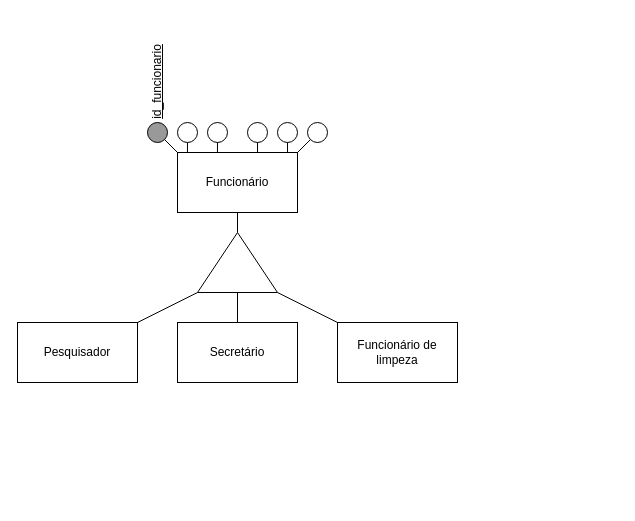
andreeeeeeeee/Engenharia_Software keeps this draw.io diagram as Lista4_18-04/Ex2.drawio. Above is the earlier version. Source tidied: cells renumbered, new cells numbered last; positions are measured from the earlier drawing's top-left corner, leaving out a move shared by most shapes. Both pictures are drawn from the tidied source at 100%, with x=0, y=0 at pixel (17, 72).
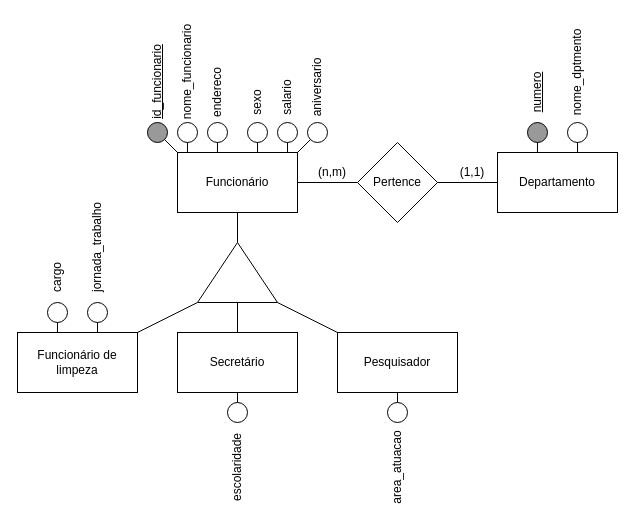
The same page after the edit.

Unchanged cells that the change refers to:
```xml
<mxCell id="2" value="Funcionário" style="rounded=0;whiteSpace=wrap;html=1;" parent="1" vertex="1">
  <mxGeometry x="160" y="80" width="120" height="60" as="geometry" />
</mxCell>
```

The edit, as a diff of the source:
```diff
@@
     <mxCell id="3" style="triangle;whiteSpace=wrap;html=1;rotation=-90;" parent="1" vertex="1">
-      <mxGeometry x="190" y="150" width="60" height="80" as="geometry" />
+      <mxGeometry x="190" y="160" width="60" height="80" as="geometry" />
     </mxCell>
@@
-    <mxCell id="5" value="Pesquisador" style="rounded=0;whiteSpace=wrap;html=1;" parent="1" vertex="1">
-      <mxGeometry y="250" width="120" height="60" as="geometry" />
+    <mxCell id="5" value="Funcionário de limpeza" style="rounded=0;whiteSpace=wrap;html=1;" parent="1" vertex="1">
+      <mxGeometry y="260" width="120" height="60" as="geometry" />
     </mxCell>
     <mxCell id="6" value="Secretário" style="rounded=0;whiteSpace=wrap;html=1;" parent="1" vertex="1">
-      <mxGeometry x="160" y="250" width="120" height="60" as="geometry" />
+      <mxGeometry x="160" y="260" width="120" height="60" as="geometry" />
     </mxCell>
-    <mxCell id="7" value="Funcionário de limpeza" style="rounded=0;whiteSpace=wrap;html=1;" parent="1" vertex="1">
-      <mxGeometry x="320" y="250" width="120" height="60" as="geometry" />
+    <mxCell id="7" value="Pesquisador" style="rounded=0;whiteSpace=wrap;html=1;" parent="1" vertex="1">
+      <mxGeometry x="320" y="260" width="120" height="60" as="geometry" />
     </mxCell>
@@
+    <mxCell id="24" value="nome_funcionario" style="text;html=1;align=center;verticalAlign=middle;strokeColor=none;fillColor=none;rotation=-90;" parent="1" vertex="1">
+      <mxGeometry x="115" y="-10" width="110" height="20" as="geometry" />
+    </mxCell>
+    <mxCell id="25" value="endereco" style="text;html=1;strokeColor=none;fillColor=none;align=center;verticalAlign=middle;whiteSpace=wrap;rounded=0;rotation=-90;" parent="1" vertex="1">
+      <mxGeometry x="170" y="5" width="60" height="30" as="geometry" />
+    </mxCell>
+    <mxCell id="26" value="sexo" style="text;html=1;strokeColor=none;fillColor=none;align=center;verticalAlign=middle;whiteSpace=wrap;rounded=0;rotation=-90;" parent="1" vertex="1">
+      <mxGeometry x="210" y="15" width="60" height="30" as="geometry" />
+    </mxCell>
+    <mxCell id="27" value="salario" style="text;html=1;strokeColor=none;fillColor=none;align=center;verticalAlign=middle;whiteSpace=wrap;rounded=0;rotation=-90;" parent="1" vertex="1">
+      <mxGeometry x="240" y="10" width="60" height="30" as="geometry" />
+    </mxCell>
+    <mxCell id="28" value="aniversario" style="text;html=1;strokeColor=none;fillColor=none;align=center;verticalAlign=middle;whiteSpace=wrap;rounded=0;rotation=-90;" parent="1" vertex="1">
+      <mxGeometry x="270" width="60" height="30" as="geometry" />
+    </mxCell>
+    <mxCell id="29" style="ellipse;whiteSpace=wrap;html=1;" parent="1" vertex="1">
+      <mxGeometry x="30" y="230" width="20" height="20" as="geometry" />
+    </mxCell>
+    <mxCell id="30" style="ellipse;whiteSpace=wrap;html=1;" parent="1" vertex="1">
+      <mxGeometry x="210" y="330" width="20" height="20" as="geometry" />
+    </mxCell>
+    <mxCell id="31" style="ellipse;whiteSpace=wrap;html=1;" parent="1" vertex="1">
+      <mxGeometry x="70" y="230" width="20" height="20" as="geometry" />
+    </mxCell>
+    <mxCell id="32" style="ellipse;whiteSpace=wrap;html=1;" parent="1" vertex="1">
+      <mxGeometry x="370" y="330" width="20" height="20" as="geometry" />
+    </mxCell>
+    <mxCell id="33" value="area_atuacao" style="text;html=1;strokeColor=none;fillColor=none;align=center;verticalAlign=middle;whiteSpace=wrap;rounded=0;rotation=-90;" parent="1" vertex="1">
+      <mxGeometry x="350" y="380" width="60" height="30" as="geometry" />
+    </mxCell>
+    <mxCell id="34" value="escolaridade" style="text;html=1;strokeColor=none;fillColor=none;align=center;verticalAlign=middle;whiteSpace=wrap;rounded=0;rotation=-90;" parent="1" vertex="1">
+      <mxGeometry x="190" y="380" width="60" height="30" as="geometry" />
+    </mxCell>
+    <mxCell id="35" value="cargo" style="text;html=1;strokeColor=none;fillColor=none;align=center;verticalAlign=middle;whiteSpace=wrap;rounded=0;rotation=-90;" parent="1" vertex="1">
+      <mxGeometry x="10" y="190" width="60" height="30" as="geometry" />
+    </mxCell>
+    <mxCell id="36" value="jornada_trabalho" style="text;html=1;strokeColor=none;fillColor=none;align=center;verticalAlign=middle;whiteSpace=wrap;rounded=0;rotation=-90;" parent="1" vertex="1">
+      <mxGeometry x="50" y="160" width="60" height="30" as="geometry" />
+    </mxCell>
+    <mxCell id="37" style="endArrow=none;html=1;rounded=0;entryX=0.333;entryY=0;entryDx=0;entryDy=0;entryPerimeter=0;" parent="1" edge="1" source="29" target="5">
+      <mxGeometry relative="1" as="geometry" />
+    </mxCell>
+    <mxCell id="38" style="endArrow=none;html=1;rounded=0;" parent="1" edge="1" source="6" target="30">
+      <mxGeometry relative="1" as="geometry" />
+    </mxCell>
+    <mxCell id="39" style="endArrow=none;html=1;rounded=0;exitX=0.667;exitY=0;exitDx=0;exitDy=0;exitPerimeter=0;" parent="1" edge="1" source="5" target="31">
+      <mxGeometry relative="1" as="geometry" />
+    </mxCell>
+    <mxCell id="40" style="endArrow=none;html=1;rounded=0;" parent="1" edge="1" source="32" target="7">
+      <mxGeometry relative="1" as="geometry" />
+    </mxCell>
+    <mxCell id="41" value="Pertence" style="rhombus;whiteSpace=wrap;html=1;" parent="1" vertex="1">
+      <mxGeometry x="340" y="70" width="80" height="80" as="geometry" />
+    </mxCell>
+    <mxCell id="42" style="endArrow=none;html=1;rounded=0;" parent="1" edge="1" source="2" target="41">
+      <mxGeometry relative="1" as="geometry" />
+    </mxCell>
+    <mxCell id="43" value="Departamento" style="rounded=0;whiteSpace=wrap;html=1;" parent="1" vertex="1">
+      <mxGeometry x="480" y="80" width="120" height="60" as="geometry" />
+    </mxCell>
+    <mxCell id="44" style="endArrow=none;html=1;rounded=0;" parent="1" edge="1" source="41" target="43">
+      <mxGeometry relative="1" as="geometry" />
+    </mxCell>
+    <mxCell id="45" value="(1,1)" style="text;html=1;strokeColor=none;fillColor=none;align=center;verticalAlign=middle;whiteSpace=wrap;rounded=0;" parent="1" vertex="1">
+      <mxGeometry x="425" y="85" width="60" height="30" as="geometry" />
+    </mxCell>
+    <mxCell id="46" value="(n,m)" style="text;html=1;strokeColor=none;fillColor=none;align=center;verticalAlign=middle;whiteSpace=wrap;rounded=0;" parent="1" vertex="1">
+      <mxGeometry x="285" y="85" width="60" height="30" as="geometry" />
+    </mxCell>
+    <mxCell id="47" style="ellipse;whiteSpace=wrap;html=1;fillColor=#999999;" parent="1" vertex="1">
+      <mxGeometry x="510" y="50" width="20" height="20" as="geometry" />
+    </mxCell>
+    <mxCell id="48" style="ellipse;whiteSpace=wrap;html=1;" parent="1" vertex="1">
+      <mxGeometry x="550" y="50" width="20" height="20" as="geometry" />
+    </mxCell>
+    <mxCell id="49" style="endArrow=none;html=1;rounded=0;entryX=0.333;entryY=0;entryDx=0;entryDy=0;entryPerimeter=0;" parent="1" edge="1" source="47" target="43">
+      <mxGeometry relative="1" as="geometry" />
+    </mxCell>
+    <mxCell id="50" style="endArrow=none;html=1;rounded=0;exitX=0.667;exitY=0;exitDx=0;exitDy=0;exitPerimeter=0;" parent="1" edge="1" source="43" target="48">
+      <mxGeometry relative="1" as="geometry" />
+    </mxCell>
+    <mxCell id="51" value="&lt;u&gt;numero&lt;/u&gt;" style="text;html=1;strokeColor=none;fillColor=none;align=center;verticalAlign=middle;whiteSpace=wrap;rounded=0;rotation=-90;" parent="1" vertex="1">
+      <mxGeometry x="490" y="5" width="60" height="30" as="geometry" />
+    </mxCell>
+    <mxCell id="52" value="nome_dptmento" style="text;html=1;strokeColor=none;fillColor=none;align=center;verticalAlign=middle;whiteSpace=wrap;rounded=0;rotation=-90;" parent="1" vertex="1">
+      <mxGeometry x="530" y="-15" width="60" height="30" as="geometry" />
+    </mxCell>
```
